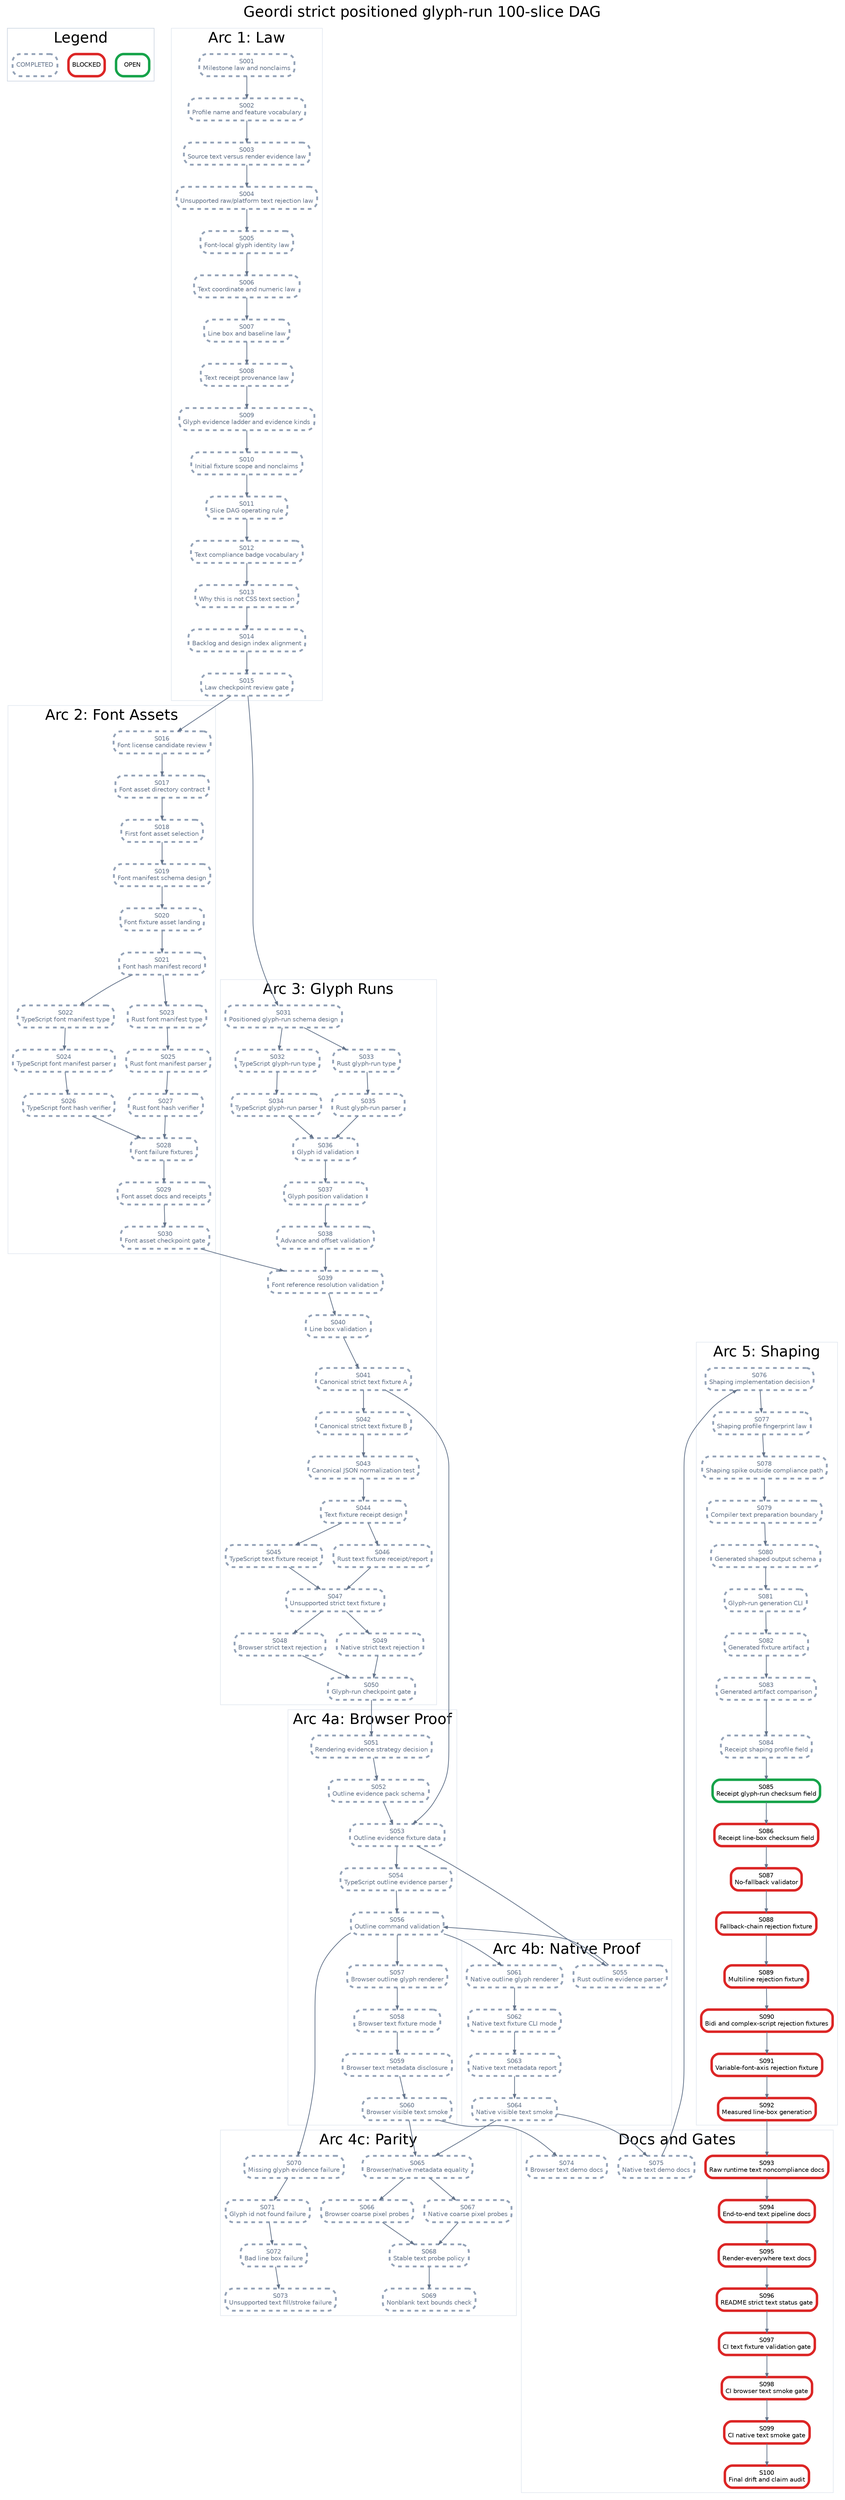
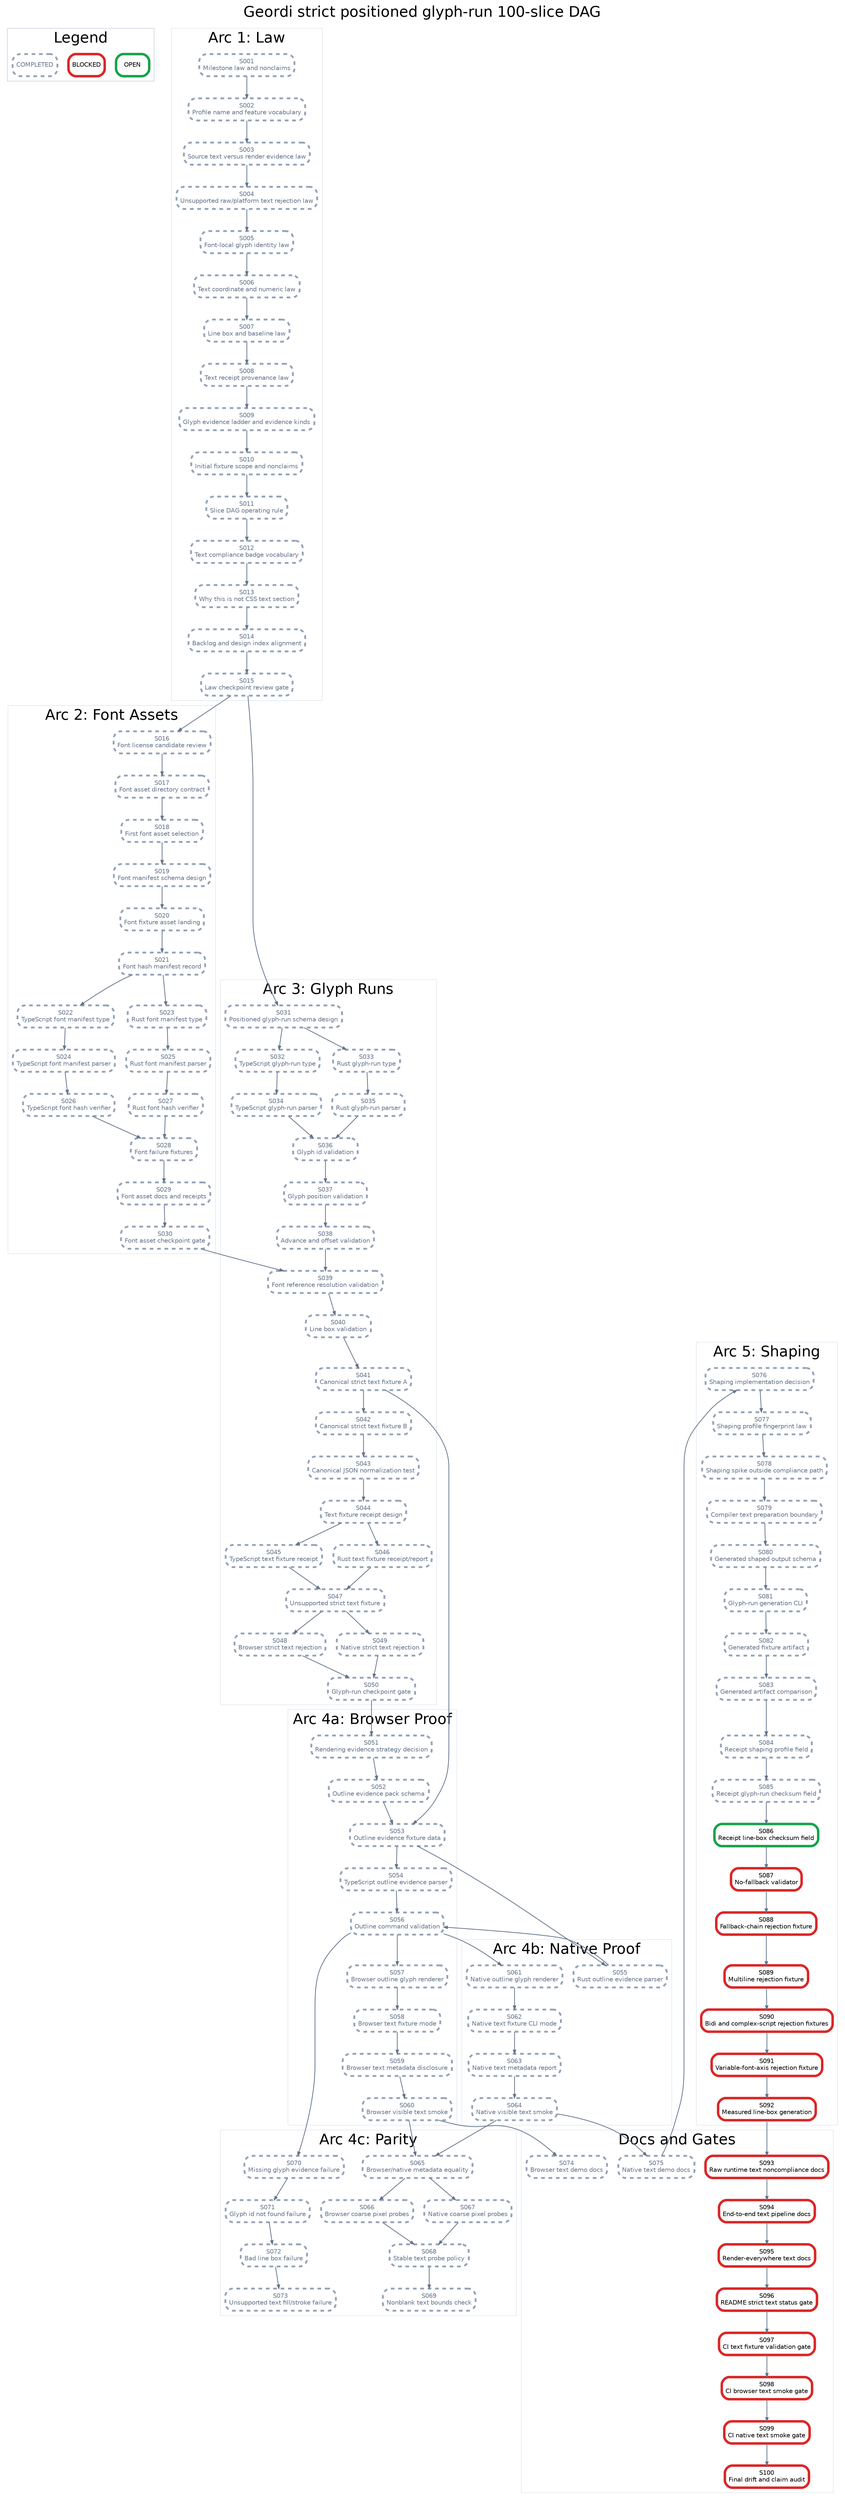
digraph StrictPositionedGlyphRunPlan {
  graph [rankdir=TB, bgcolor="white", fontname="Helvetica", label="Geordi strict positioned glyph-run 100-slice DAG", labelloc="t", fontsize=24];
  node [shape=box, style="rounded,filled", fillcolor="white", fontname="Helvetica", fontsize=10, margin="0.08,0.05"];
  edge [color="#64748b", arrowsize=0.6, penwidth=1.2];

  subgraph cluster_legend {
    label="Legend";
    color="#cbd5e1";
    legend_open [label="OPEN", color="#16a34a", penwidth=4];
    legend_blocked [label="BLOCKED", color="#dc2626", penwidth=4];
    legend_done [label="COMPLETED", color="#94a3b8", penwidth=3, style="rounded,filled,dashed", fontcolor="#64748b"];
  }

  subgraph cluster_law {
    label="Arc 1: Law";
    color="#e2e8f0";
    S001 [label="S001\nMilestone law and nonclaims", color="#94a3b8", penwidth=3, style="rounded,filled,dashed", fontcolor="#64748b"];
    S002 [label="S002\nProfile name and feature vocabulary", color="#94a3b8", penwidth=3, style="rounded,filled,dashed", fontcolor="#64748b"];
    S003 [label="S003\nSource text versus render evidence law", color="#94a3b8", penwidth=3, style="rounded,filled,dashed", fontcolor="#64748b"];
    S004 [label="S004\nUnsupported raw/platform text rejection law", color="#94a3b8", penwidth=3, style="rounded,filled,dashed", fontcolor="#64748b"];
    S005 [label="S005\nFont-local glyph identity law", color="#94a3b8", penwidth=3, style="rounded,filled,dashed", fontcolor="#64748b"];
    S006 [label="S006\nText coordinate and numeric law", color="#94a3b8", penwidth=3, style="rounded,filled,dashed", fontcolor="#64748b"];
    S007 [label="S007\nLine box and baseline law", color="#94a3b8", penwidth=3, style="rounded,filled,dashed", fontcolor="#64748b"];
    S008 [label="S008\nText receipt provenance law", color="#94a3b8", penwidth=3, style="rounded,filled,dashed", fontcolor="#64748b"];
    S009 [label="S009\nGlyph evidence ladder and evidence kinds", color="#94a3b8", penwidth=3, style="rounded,filled,dashed", fontcolor="#64748b"];
    S010 [label="S010\nInitial fixture scope and nonclaims", color="#94a3b8", penwidth=3, style="rounded,filled,dashed", fontcolor="#64748b"];
    S011 [label="S011\nSlice DAG operating rule", color="#94a3b8", penwidth=3, style="rounded,filled,dashed", fontcolor="#64748b"];
    S012 [label="S012\nText compliance badge vocabulary", color="#94a3b8", penwidth=3, style="rounded,filled,dashed", fontcolor="#64748b"];
    S013 [label="S013\nWhy this is not CSS text section", color="#94a3b8", penwidth=3, style="rounded,filled,dashed", fontcolor="#64748b"];
    S014 [label="S014\nBacklog and design index alignment", color="#94a3b8", penwidth=3, style="rounded,filled,dashed", fontcolor="#64748b"];
    S015 [label="S015\nLaw checkpoint review gate", color="#94a3b8", penwidth=3, style="rounded,filled,dashed", fontcolor="#64748b"];
  }

  subgraph cluster_assets {
    label="Arc 2: Font Assets";
    color="#e2e8f0";
    S016 [label="S016\nFont license candidate review", color="#94a3b8", penwidth=3, style="rounded,filled,dashed", fontcolor="#64748b"];
    S017 [label="S017\nFont asset directory contract", color="#94a3b8", penwidth=3, style="rounded,filled,dashed", fontcolor="#64748b"];
    S018 [label="S018\nFirst font asset selection", color="#94a3b8", penwidth=3, style="rounded,filled,dashed", fontcolor="#64748b"];
    S019 [label="S019\nFont manifest schema design", color="#94a3b8", penwidth=3, style="rounded,filled,dashed", fontcolor="#64748b"];
    S020 [label="S020\nFont fixture asset landing", color="#94a3b8", penwidth=3, style="rounded,filled,dashed", fontcolor="#64748b"];
    S021 [label="S021\nFont hash manifest record", color="#94a3b8", penwidth=3, style="rounded,filled,dashed", fontcolor="#64748b"];
    S022 [label="S022\nTypeScript font manifest type", color="#94a3b8", penwidth=3, style="rounded,filled,dashed", fontcolor="#64748b"];
    S023 [label="S023\nRust font manifest type", color="#94a3b8", penwidth=3, style="rounded,filled,dashed", fontcolor="#64748b"];
    S024 [label="S024\nTypeScript font manifest parser", color="#94a3b8", penwidth=3, style="rounded,filled,dashed", fontcolor="#64748b"];
    S025 [label="S025\nRust font manifest parser", color="#94a3b8", penwidth=3, style="rounded,filled,dashed", fontcolor="#64748b"];
    S026 [label="S026\nTypeScript font hash verifier", color="#94a3b8", penwidth=3, style="rounded,filled,dashed", fontcolor="#64748b"];
    S027 [label="S027\nRust font hash verifier", color="#94a3b8", penwidth=3, style="rounded,filled,dashed", fontcolor="#64748b"];
    S028 [label="S028\nFont failure fixtures", color="#94a3b8", penwidth=3, style="rounded,filled,dashed", fontcolor="#64748b"];
    S029 [label="S029\nFont asset docs and receipts", color="#94a3b8", penwidth=3, style="rounded,filled,dashed", fontcolor="#64748b"];
    S030 [label="S030\nFont asset checkpoint gate", color="#94a3b8", penwidth=3, style="rounded,filled,dashed", fontcolor="#64748b"];
  }

  subgraph cluster_glyph {
    label="Arc 3: Glyph Runs";
    color="#e2e8f0";
    S031 [label="S031\nPositioned glyph-run schema design", color="#94a3b8", penwidth=3, style="rounded,filled,dashed", fontcolor="#64748b"];
    S032 [label="S032\nTypeScript glyph-run type", color="#94a3b8", penwidth=3, style="rounded,filled,dashed", fontcolor="#64748b"];
    S033 [label="S033\nRust glyph-run type", color="#94a3b8", penwidth=3, style="rounded,filled,dashed", fontcolor="#64748b"];
    S034 [label="S034\nTypeScript glyph-run parser", color="#94a3b8", penwidth=3, style="rounded,filled,dashed", fontcolor="#64748b"];
    S035 [label="S035\nRust glyph-run parser", color="#94a3b8", penwidth=3, style="rounded,filled,dashed", fontcolor="#64748b"];
    S036 [label="S036\nGlyph id validation", color="#94a3b8", penwidth=3, style="rounded,filled,dashed", fontcolor="#64748b"];
    S037 [label="S037\nGlyph position validation", color="#94a3b8", penwidth=3, style="rounded,filled,dashed", fontcolor="#64748b"];
    S038 [label="S038\nAdvance and offset validation", color="#94a3b8", penwidth=3, style="rounded,filled,dashed", fontcolor="#64748b"];
    S039 [label="S039\nFont reference resolution validation", color="#94a3b8", penwidth=3, style="rounded,filled,dashed", fontcolor="#64748b"];
    S040 [label="S040\nLine box validation", color="#94a3b8", penwidth=3, style="rounded,filled,dashed", fontcolor="#64748b"];
    S041 [label="S041\nCanonical strict text fixture A", color="#94a3b8", penwidth=3, style="rounded,filled,dashed", fontcolor="#64748b"];
    S042 [label="S042\nCanonical strict text fixture B", color="#94a3b8", penwidth=3, style="rounded,filled,dashed", fontcolor="#64748b"];
    S043 [label="S043\nCanonical JSON normalization test", color="#94a3b8", penwidth=3, style="rounded,filled,dashed", fontcolor="#64748b"];
    S044 [label="S044\nText fixture receipt design", color="#94a3b8", penwidth=3, style="rounded,filled,dashed", fontcolor="#64748b"];
    S045 [label="S045\nTypeScript text fixture receipt", color="#94a3b8", penwidth=3, style="rounded,filled,dashed", fontcolor="#64748b"];
    S046 [label="S046\nRust text fixture receipt/report", color="#94a3b8", penwidth=3, style="rounded,filled,dashed", fontcolor="#64748b"];
    S047 [label="S047\nUnsupported strict text fixture", color="#94a3b8", penwidth=3, style="rounded,filled,dashed", fontcolor="#64748b"];
    S048 [label="S048\nBrowser strict text rejection", color="#94a3b8", penwidth=3, style="rounded,filled,dashed", fontcolor="#64748b"];
    S049 [label="S049\nNative strict text rejection", color="#94a3b8", penwidth=3, style="rounded,filled,dashed", fontcolor="#64748b"];
    S050 [label="S050\nGlyph-run checkpoint gate", color="#94a3b8", penwidth=3, style="rounded,filled,dashed", fontcolor="#64748b"];
  }

  subgraph cluster_browser {
    label="Arc 4a: Browser Proof";
    color="#e2e8f0";
    S051 [label="S051\nRendering evidence strategy decision", color="#94a3b8", penwidth=3, style="rounded,filled,dashed", fontcolor="#64748b"];
    S052 [label="S052\nOutline evidence pack schema", color="#94a3b8", penwidth=3, style="rounded,filled,dashed", fontcolor="#64748b"];
    S053 [label="S053\nOutline evidence fixture data", color="#94a3b8", penwidth=3, style="rounded,filled,dashed", fontcolor="#64748b"];
    S054 [label="S054\nTypeScript outline evidence parser", color="#94a3b8", penwidth=3, style="rounded,filled,dashed", fontcolor="#64748b"];
    S056 [label="S056\nOutline command validation", color="#94a3b8", penwidth=3, style="rounded,filled,dashed", fontcolor="#64748b"];
    S057 [label="S057\nBrowser outline glyph renderer", color="#94a3b8", penwidth=3, style="rounded,filled,dashed", fontcolor="#64748b"];
    S058 [label="S058\nBrowser text fixture mode", color="#94a3b8", penwidth=3, style="rounded,filled,dashed", fontcolor="#64748b"];
    S059 [label="S059\nBrowser text metadata disclosure", color="#94a3b8", penwidth=3, style="rounded,filled,dashed", fontcolor="#64748b"];
    S060 [label="S060\nBrowser visible text smoke", color="#94a3b8", penwidth=3, style="rounded,filled,dashed", fontcolor="#64748b"];
  }

  subgraph cluster_native {
    label="Arc 4b: Native Proof";
    color="#e2e8f0";
    S055 [label="S055\nRust outline evidence parser", color="#94a3b8", penwidth=3, style="rounded,filled,dashed", fontcolor="#64748b"];
    S061 [label="S061\nNative outline glyph renderer", color="#94a3b8", penwidth=3, style="rounded,filled,dashed", fontcolor="#64748b"];
    S062 [label="S062\nNative text fixture CLI mode", color="#94a3b8", penwidth=3, style="rounded,filled,dashed", fontcolor="#64748b"];
    S063 [label="S063\nNative text metadata report", color="#94a3b8", penwidth=3, style="rounded,filled,dashed", fontcolor="#64748b"];
    S064 [label="S064\nNative visible text smoke", color="#94a3b8", penwidth=3, style="rounded,filled,dashed", fontcolor="#64748b"];
  }

  subgraph cluster_parity {
    label="Arc 4c: Parity";
    color="#e2e8f0";
    S065 [label="S065\nBrowser/native metadata equality", color="#94a3b8", penwidth=3, style="rounded,filled,dashed", fontcolor="#64748b"];
    S066 [label="S066\nBrowser coarse pixel probes", color="#94a3b8", penwidth=3, style="rounded,filled,dashed", fontcolor="#64748b"];
    S067 [label="S067\nNative coarse pixel probes", color="#94a3b8", penwidth=3, style="rounded,filled,dashed", fontcolor="#64748b"];
    S068 [label="S068\nStable text probe policy", color="#94a3b8", penwidth=3, style="rounded,filled,dashed", fontcolor="#64748b"];
    S069 [label="S069\nNonblank text bounds check", color="#94a3b8", penwidth=3, style="rounded,filled,dashed", fontcolor="#64748b"];
    S070 [label="S070\nMissing glyph evidence failure", color="#94a3b8", penwidth=3, style="rounded,filled,dashed", fontcolor="#64748b"];
    S071 [label="S071\nGlyph id not found failure", color="#94a3b8", penwidth=3, style="rounded,filled,dashed", fontcolor="#64748b"];
    S072 [label="S072\nBad line box failure", color="#94a3b8", penwidth=3, style="rounded,filled,dashed", fontcolor="#64748b"];
    S073 [label="S073\nUnsupported text fill/stroke failure", color="#94a3b8", penwidth=3, style="rounded,filled,dashed", fontcolor="#64748b"];
  }

  subgraph cluster_shaping {
    label="Arc 5: Shaping";
    color="#e2e8f0";
    S076 [label="S076\nShaping implementation decision", color="#94a3b8", penwidth=3, style="rounded,filled,dashed", fontcolor="#64748b"];
    S077 [label="S077\nShaping profile fingerprint law", color="#94a3b8", penwidth=3, style="rounded,filled,dashed", fontcolor="#64748b"];
    S078 [label="S078\nShaping spike outside compliance path", color="#94a3b8", penwidth=3, style="rounded,filled,dashed", fontcolor="#64748b"];
    S079 [label="S079\nCompiler text preparation boundary", color="#94a3b8", penwidth=3, style="rounded,filled,dashed", fontcolor="#64748b"];
    S080 [label="S080\nGenerated shaped output schema", color="#94a3b8", penwidth=3, style="rounded,filled,dashed", fontcolor="#64748b"];
    S081 [label="S081\nGlyph-run generation CLI", color="#94a3b8", penwidth=3, style="rounded,filled,dashed", fontcolor="#64748b"];
    S082 [label="S082\nGenerated fixture artifact", color="#94a3b8", penwidth=3, style="rounded,filled,dashed", fontcolor="#64748b"];
    S083 [label="S083\nGenerated artifact comparison", color="#94a3b8", penwidth=3, style="rounded,filled,dashed", fontcolor="#64748b"];
    S084 [label="S084\nReceipt shaping profile field", color="#94a3b8", penwidth=3, style="rounded,filled,dashed", fontcolor="#64748b"];
-     S085 [label="S085\nReceipt glyph-run checksum field", color="#16a34a", penwidth=4];
-     S086 [label="S086\nReceipt line-box checksum field", color="#dc2626", penwidth=4];
+     S085 [label="S085\nReceipt glyph-run checksum field", color="#94a3b8", penwidth=3, style="rounded,filled,dashed", fontcolor="#64748b"];
+     S086 [label="S086\nReceipt line-box checksum field", color="#16a34a", penwidth=4];
    S087 [label="S087\nNo-fallback validator", color="#dc2626", penwidth=4];
    S088 [label="S088\nFallback-chain rejection fixture", color="#dc2626", penwidth=4];
    S089 [label="S089\nMultiline rejection fixture", color="#dc2626", penwidth=4];
    S090 [label="S090\nBidi and complex-script rejection fixtures", color="#dc2626", penwidth=4];
    S091 [label="S091\nVariable-font-axis rejection fixture", color="#dc2626", penwidth=4];
    S092 [label="S092\nMeasured line-box generation", color="#dc2626", penwidth=4];
  }

  subgraph cluster_docs {
    label="Docs and Gates";
    color="#e2e8f0";
    S074 [label="S074\nBrowser text demo docs", color="#94a3b8", penwidth=3, style="rounded,filled,dashed", fontcolor="#64748b"];
    S075 [label="S075\nNative text demo docs", color="#94a3b8", penwidth=3, style="rounded,filled,dashed", fontcolor="#64748b"];
    S093 [label="S093\nRaw runtime text noncompliance docs", color="#dc2626", penwidth=4];
    S094 [label="S094\nEnd-to-end text pipeline docs", color="#dc2626", penwidth=4];
    S095 [label="S095\nRender-everywhere text docs", color="#dc2626", penwidth=4];
    S096 [label="S096\nREADME strict text status gate", color="#dc2626", penwidth=4];
    S097 [label="S097\nCI text fixture validation gate", color="#dc2626", penwidth=4];
    S098 [label="S098\nCI browser text smoke gate", color="#dc2626", penwidth=4];
    S099 [label="S099\nCI native text smoke gate", color="#dc2626", penwidth=4];
    S100 [label="S100\nFinal drift and claim audit", color="#dc2626", penwidth=4];
  }

  S001 -> S002;
  S002 -> S003;
  S003 -> S004;
  S004 -> S005;
  S005 -> S006;
  S006 -> S007;
  S007 -> S008;
  S008 -> S009;
  S009 -> S010;
  S010 -> S011;
  S011 -> S012;
  S012 -> S013;
  S013 -> S014;
  S014 -> S015;
  S015 -> S016;
  S016 -> S017;
  S017 -> S018;
  S018 -> S019;
  S019 -> S020;
  S020 -> S021;
  S021 -> S022;
  S021 -> S023;
  S022 -> S024;
  S023 -> S025;
  S024 -> S026;
  S025 -> S027;
  S026 -> S028;
  S027 -> S028;
  S028 -> S029;
  S029 -> S030;
  S015 -> S031;
  S031 -> S032;
  S031 -> S033;
  S032 -> S034;
  S033 -> S035;
  S034 -> S036;
  S035 -> S036;
  S036 -> S037;
  S037 -> S038;
  S038 -> S039;
  S039 -> S040;
  S030 -> S039;
  S040 -> S041;
  S041 -> S042;
  S042 -> S043;
  S043 -> S044;
  S044 -> S045;
  S044 -> S046;
  S045 -> S047;
  S046 -> S047;
  S047 -> S048;
  S047 -> S049;
  S048 -> S050;
  S049 -> S050;
  S050 -> S051;
  S051 -> S052;
  S052 -> S053;
  S041 -> S053;
  S053 -> S054;
  S053 -> S055;
  S054 -> S056;
  S055 -> S056;
  S056 -> S057;
  S057 -> S058;
  S058 -> S059;
  S059 -> S060;
  S056 -> S061;
  S061 -> S062;
  S062 -> S063;
  S063 -> S064;
  S060 -> S065;
  S064 -> S065;
  S065 -> S066;
  S065 -> S067;
  S066 -> S068;
  S067 -> S068;
  S068 -> S069;
  S056 -> S070;
  S070 -> S071;
  S071 -> S072;
  S072 -> S073;
  S060 -> S074;
  S064 -> S075;
  S075 -> S076;
  S076 -> S077;
  S077 -> S078;
  S078 -> S079;
  S079 -> S080;
  S080 -> S081;
  S081 -> S082;
  S082 -> S083;
  S083 -> S084;
  S084 -> S085;
  S085 -> S086;
  S086 -> S087;
  S087 -> S088;
  S088 -> S089;
  S089 -> S090;
  S090 -> S091;
  S091 -> S092;
  S092 -> S093;
  S093 -> S094;
  S094 -> S095;
  S095 -> S096;
  S096 -> S097;
  S097 -> S098;
  S098 -> S099;
  S099 -> S100;
}
